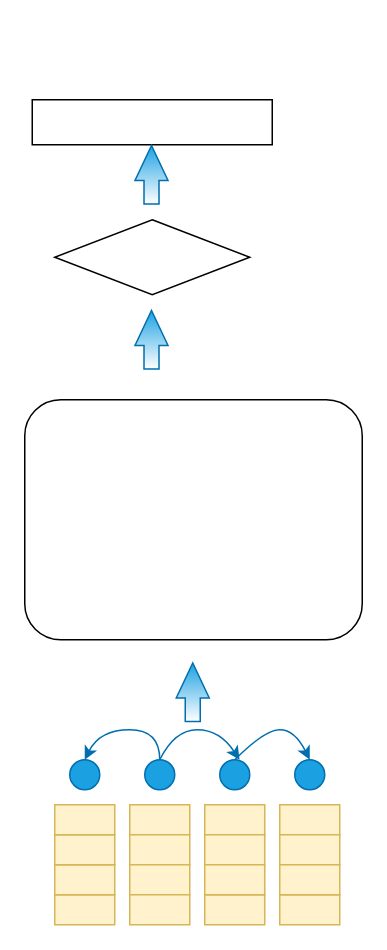
The draw.io diagram Untitled Diagram.drawio in ccut2014/-, before the edit. Source tidied: cells renumbered, new cells numbered last; positions are measured from the earlier drawing's top-left corner, leaving out a move shared by most shapes. Both pictures are drawn from the tidied source at 150%, with x=0, y=0 at pixel (24, 99).
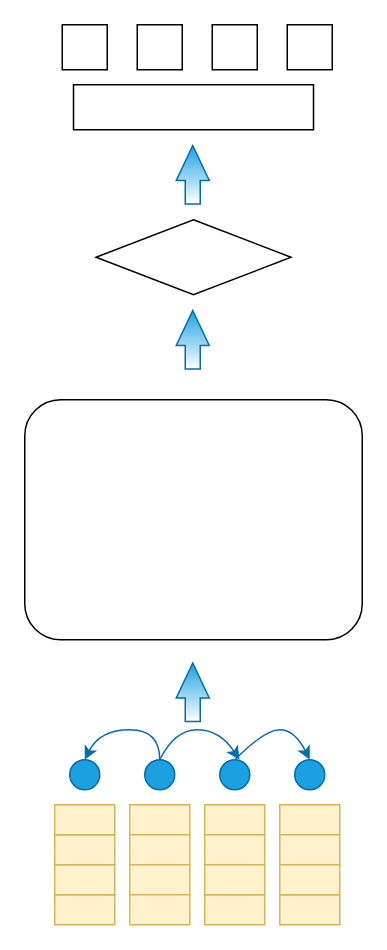
Above is the later version.

Diff of the diagram source:
```diff
@@
     <mxCell id="12" style="rhombus;whiteSpace=wrap;html=1;" parent="1" vertex="1">
-      <mxGeometry x="20" y="80" width="130" height="50" as="geometry" />
+      <mxGeometry x="47.5" y="80" width="130" height="50" as="geometry" />
     </mxCell>
     <mxCell id="13" style="rounded=0;whiteSpace=wrap;html=1;" parent="1" vertex="1">
-      <mxGeometry x="5" width="160" height="30" as="geometry" />
+      <mxGeometry x="32.5" y="-10" width="160" height="30" as="geometry" />
     </mxCell>
     <mxCell id="14" style="shape=flexArrow;endArrow=classic;html=1;rounded=0;endWidth=11;endSize=7.44;fillColor=#1ba1e2;strokeColor=#006EAF;gradientColor=#ffffff;" parent="1" edge="1">
       <mxGeometry relative="1" as="geometry">
-        <mxPoint x="84.5" y="70" as="sourcePoint" />
-        <mxPoint x="84.5" y="30" as="targetPoint" />
+        <mxPoint x="112" y="70" as="sourcePoint" />
+        <mxPoint x="112" y="30" as="targetPoint" />
       </mxGeometry>
     </mxCell>
     <mxCell id="15" style="shape=flexArrow;endArrow=classic;html=1;rounded=0;endWidth=11;endSize=7.44;fillColor=#1ba1e2;strokeColor=#006EAF;gradientColor=#ffffff;" parent="1" edge="1">
       <mxGeometry relative="1" as="geometry">
-        <mxPoint x="84.5" y="180" as="sourcePoint" />
-        <mxPoint x="84.5" y="140" as="targetPoint" />
+        <mxPoint x="112" y="180" as="sourcePoint" />
+        <mxPoint x="112" y="140" as="targetPoint" />
       </mxGeometry>
     </mxCell>
@@
+    <mxCell id="31" style="whiteSpace=wrap;html=1;" parent="1" vertex="1">
+      <mxGeometry x="25" y="-50" width="30" height="30" as="geometry" />
+    </mxCell>
+    <mxCell id="32" style="whiteSpace=wrap;html=1;" parent="1" vertex="1">
+      <mxGeometry x="75" y="-50" width="30" height="30" as="geometry" />
+    </mxCell>
+    <mxCell id="33" style="whiteSpace=wrap;html=1;" parent="1" vertex="1">
+      <mxGeometry x="125" y="-50" width="30" height="30" as="geometry" />
+    </mxCell>
+    <mxCell id="34" style="whiteSpace=wrap;html=1;" parent="1" vertex="1">
+      <mxGeometry x="175" y="-50" width="30" height="30" as="geometry" />
+    </mxCell>
```
